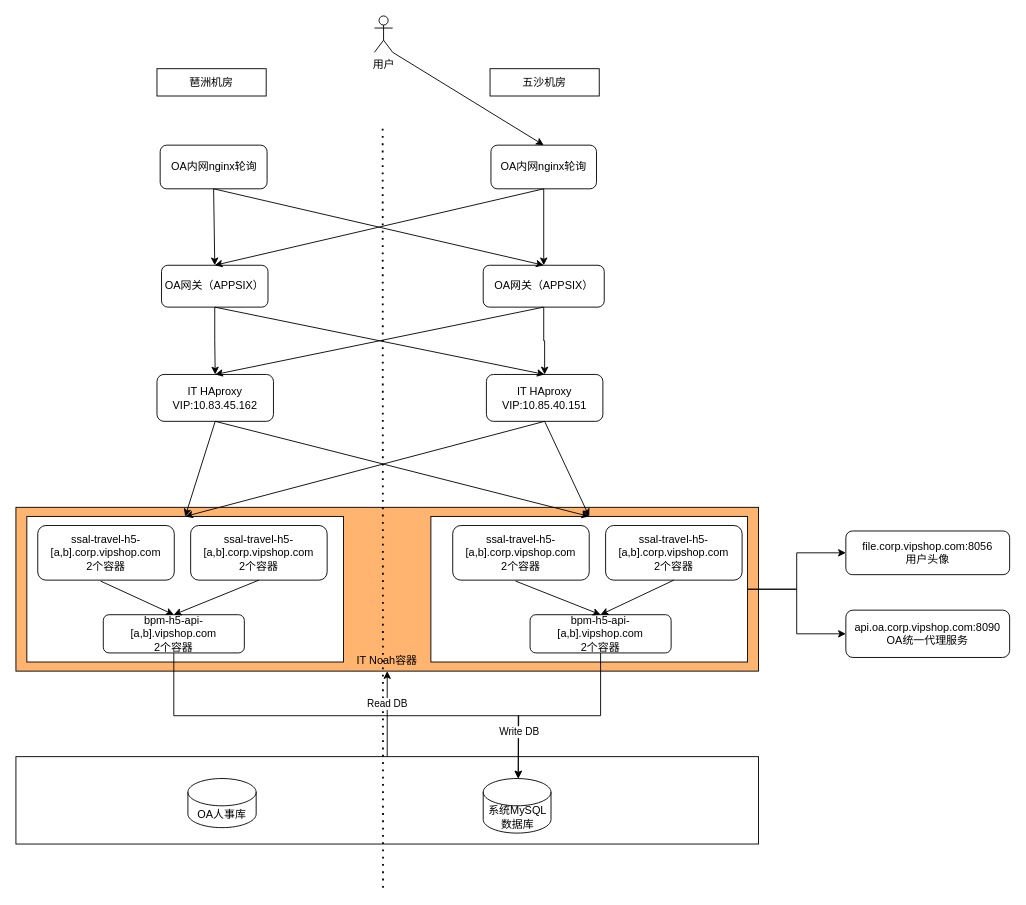
The draw.io diagram 未命名绘图.drawio in CS-Bob/test, before the edit. Source tidied: cells renumbered, new cells numbered last; positions are measured from the earlier drawing's top-left corner, leaving out a move shared by most shapes. Both pictures are drawn from the tidied source at 91%, with x=0, y=0 at pixel (15, 15).
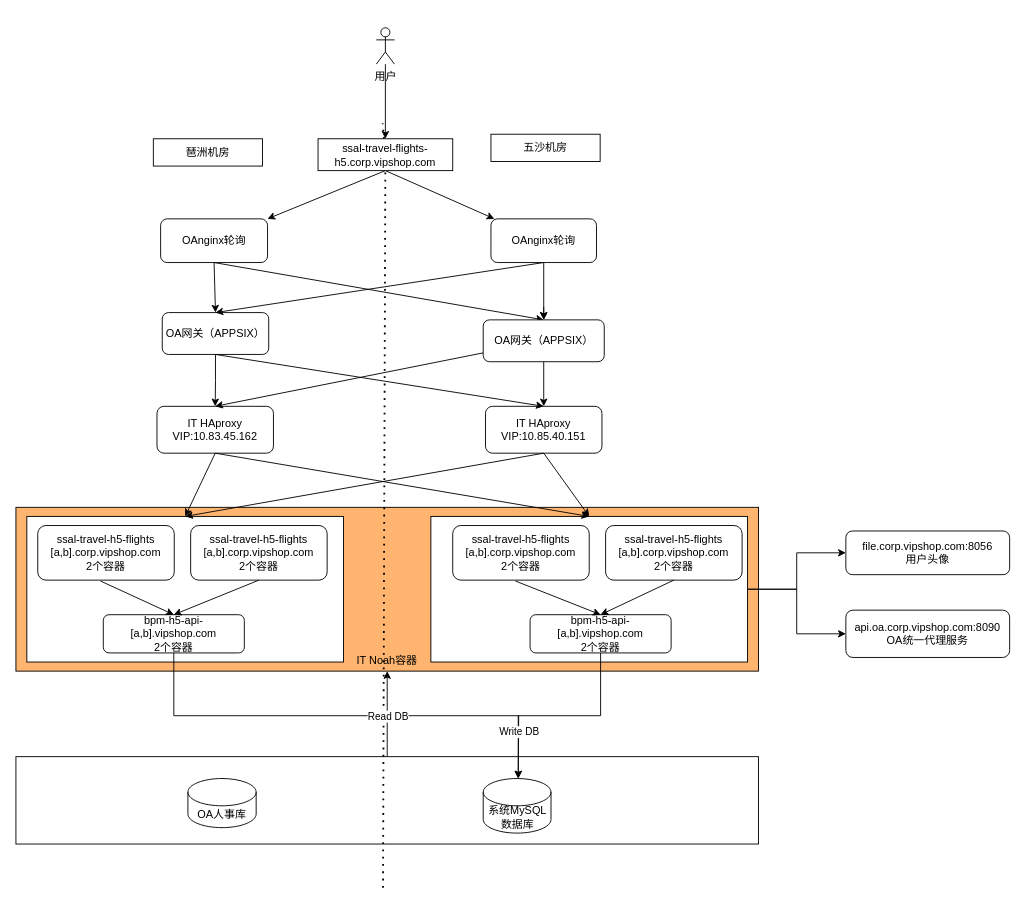
Above is the later version.

Commit message:
杉杉差旅变更.drawio

What changed in the source:
```diff
@@
+    <mxCell id="50" style="edgeStyle=orthogonalEdgeStyle;rounded=0;jettySize=auto;html=1;" parent="1" edge="1" source="4" target="55">
+      <mxGeometry relative="1" as="geometry" />
+    </mxCell>
     <mxCell id="4" value="用户" style="shape=umlActor;verticalLabelPosition=bottom;verticalAlign=top;html=1;outlineConnect=0;" parent="1" vertex="1">
-      <mxGeometry x="394" width="20" height="40" as="geometry" />
+      <mxGeometry x="396" y="13" width="20" height="40" as="geometry" />
     </mxCell>
     <mxCell id="5" value="琶洲机房" style="rounded=0;whiteSpace=wrap;html=1;" parent="1" vertex="1">
-      <mxGeometry x="155" y="58" width="120" height="30" as="geometry" />
+      <mxGeometry x="151" y="135" width="120" height="30" as="geometry" />
     </mxCell>
     <mxCell id="6" value="五沙机房" style="rounded=0;whiteSpace=wrap;html=1;" parent="1" vertex="1">
-      <mxGeometry x="521" y="58" width="120" height="30" as="geometry" />
+      <mxGeometry x="522" y="130" width="120" height="30" as="geometry" />
     </mxCell>
-    <mxCell id="7" value="OA内网nginx轮询" style="rounded=1;whiteSpace=wrap;html=1;" parent="1" vertex="1">
-      <mxGeometry x="158.5" y="142" width="117.5" height="48" as="geometry" />
+    <mxCell id="7" value="OAnginx轮询" style="rounded=1;whiteSpace=wrap;html=1;" parent="1" vertex="1">
+      <mxGeometry x="159" y="223" width="117.5" height="48" as="geometry" />
     </mxCell>
@@
-    <mxCell id="9" value="OA内网nginx轮询" style="rounded=1;whiteSpace=wrap;html=1;" parent="1" vertex="1">
-      <mxGeometry x="522" y="142" width="116" height="48" as="geometry" />
+    <mxCell id="9" value="OAnginx轮询" style="rounded=1;whiteSpace=wrap;html=1;" parent="1" vertex="1">
+      <mxGeometry x="522" y="223" width="116" height="48" as="geometry" />
     </mxCell>
-    <mxCell id="10" style="endArrow=classic;html=1;rounded=0;exitX=1;exitY=1;exitDx=0;exitDy=0;exitPerimeter=0;entryX=0.5;entryY=0;entryDx=0;entryDy=0;" parent="1" edge="1" source="4" target="9">
-      <mxGeometry relative="1" as="geometry" />
-    </mxCell>
@@
     <mxCell id="12" value="OA网关（APPSIX）" style="rounded=1;whiteSpace=wrap;html=1;" parent="1" vertex="1">
-      <mxGeometry x="160" y="274" width="117" height="46" as="geometry" />
+      <mxGeometry x="160.8" y="326" width="117" height="46" as="geometry" />
     </mxCell>
@@
-    <mxCell id="14" value="OA网关（APPSIX）&lt;br&gt;" style="rounded=1;whiteSpace=wrap;html=1;" parent="1" vertex="1">
-      <mxGeometry x="513.5" y="274" width="133" height="46" as="geometry" />
-    </mxCell>
     <mxCell id="15" value="IT HAproxy&lt;br&gt;VIP:10.83.45.162&lt;br&gt;" style="rounded=1;whiteSpace=wrap;html=1;" parent="1" vertex="1">
-      <mxGeometry x="155" y="394" width="128" height="51.5" as="geometry" />
+      <mxGeometry x="155" y="429" width="128" height="51.5" as="geometry" />
     </mxCell>
     <mxCell id="16" value="IT HAproxy&lt;br&gt;VIP:10.85.40.151" style="rounded=1;whiteSpace=wrap;html=1;" parent="1" vertex="1">
-      <mxGeometry x="517" y="394" width="128" height="51.5" as="geometry" />
+      <mxGeometry x="516" y="429" width="128" height="51.5" as="geometry" />
     </mxCell>
@@
-    <mxCell id="22" style="endArrow=none;dashed=1;html=1;dashPattern=1 3;strokeWidth=2;rounded=0;" parent="1" edge="1">
+    <mxCell id="22" style="endArrow=none;dashed=1;html=1;dashPattern=1 3;strokeWidth=2;rounded=0;" parent="1" edge="1" source="55">
       <mxGeometry relative="1" as="geometry">
-        <mxPoint x="403.4" y="958" as="sourcePoint" />
         <mxPoint x="403" y="118" as="targetPoint" />
       </mxGeometry>
     </mxCell>
-    <mxCell id="23" value="Read DB" style="edgeLabel;html=1;align=center;verticalAlign=middle;" parent="22" vertex="1">
-      <mxGeometry x="-0.52" y="-4" relative="1" as="geometry" />
-    </mxCell>
-    <mxCell id="24" style="endArrow=classic;html=1;rounded=0;entryX=0.5;entryY=0;entryDx=0;entryDy=0;" parent="1" edge="1" target="15">
-      <mxGeometry relative="1" as="geometry">
-        <mxPoint x="580" y="320" as="sourcePoint" />
-      </mxGeometry>
+    <mxCell id="24" style="endArrow=classic;html=1;rounded=0;entryX=0.5;entryY=0;entryDx=0;entryDy=0;" parent="1" edge="1" source="14" target="15">
+      <mxGeometry relative="1" as="geometry" />
     </mxCell>
@@
-    <mxCell id="26" value="ssal-travel-h5-[a,b].corp.vipshop.com&lt;br&gt;2个容器" style="rounded=1;whiteSpace=wrap;html=1;" parent="1" vertex="1">
+    <mxCell id="26" value="ssal-travel-h5-flights&lt;br&gt;[a,b].corp.vipshop.com&lt;br&gt;2个容器" style="rounded=1;whiteSpace=wrap;html=1;" parent="1" vertex="1">
       <mxGeometry x="24" y="560" width="150" height="60" as="geometry" />
     </mxCell>
@@
-    <mxCell id="29" value="ssal-travel-h5-[a,b].corp.vipshop.com&lt;br&gt;2个容器" style="rounded=1;whiteSpace=wrap;html=1;" parent="1" vertex="1">
+    <mxCell id="29" value="ssal-travel-h5-flights&lt;br&gt;[a,b].corp.vipshop.com&lt;br&gt;2个容器" style="rounded=1;whiteSpace=wrap;html=1;" parent="1" vertex="1">
       <mxGeometry x="192" y="560" width="150" height="60" as="geometry" />
     </mxCell>
@@
-    <mxCell id="35" value="ssal-travel-h5-[a,b].corp.vipshop.com&lt;br&gt;2个容器" style="rounded=1;whiteSpace=wrap;html=1;" parent="1" vertex="1">
+    <mxCell id="35" value="ssal-travel-h5-flights&lt;br&gt;[a,b].corp.vipshop.com&lt;br&gt;2个容器" style="rounded=1;whiteSpace=wrap;html=1;" parent="1" vertex="1">
       <mxGeometry x="480" y="560" width="150" height="60" as="geometry" />
     </mxCell>
@@
-    <mxCell id="39" value="ssal-travel-h5-[a,b].corp.vipshop.com&lt;br&gt;2个容器" style="rounded=1;whiteSpace=wrap;html=1;" parent="1" vertex="1">
+    <mxCell id="39" value="ssal-travel-h5-flights&lt;br&gt;[a,b].corp.vipshop.com&lt;br&gt;2个容器" style="rounded=1;whiteSpace=wrap;html=1;" parent="1" vertex="1">
       <mxGeometry x="648" y="560" width="150" height="60" as="geometry" />
     </mxCell>
@@
+    <mxCell id="51" style="rounded=0;jettySize=auto;html=1;exitX=0.5;exitY=1;exitDx=0;exitDy=0;" parent="1" edge="1" source="55" target="7">
+      <mxGeometry relative="1" as="geometry" />
+    </mxCell>
+    <mxCell id="52" style="rounded=0;jettySize=auto;html=1;exitX=0.5;exitY=1;exitDx=0;exitDy=0;" parent="1" edge="1" source="55" target="9">
+      <mxGeometry relative="1" as="geometry" />
+    </mxCell>
+    <mxCell id="53" style="endArrow=classic;html=1;rounded=0;entryX=0.5;entryY=0;entryDx=0;entryDy=0;" parent="1" edge="1" target="14">
+      <mxGeometry relative="1" as="geometry">
+        <mxPoint x="580" y="320" as="sourcePoint" />
+      </mxGeometry>
+    </mxCell>
+    <mxCell id="14" value="OA网关（APPSIX）&lt;br&gt;" style="rounded=1;whiteSpace=wrap;html=1;" parent="1" vertex="1">
+      <mxGeometry x="513.5" y="334" width="133" height="46" as="geometry" />
+    </mxCell>
+    <mxCell id="54" style="endArrow=none;dashed=1;html=1;dashPattern=1 3;strokeWidth=2;rounded=0;" parent="1" edge="1" target="55">
+      <mxGeometry relative="1" as="geometry">
+        <mxPoint x="403.4" y="958" as="sourcePoint" />
+      </mxGeometry>
+    </mxCell>
+    <mxCell id="23" value="Read DB" style="edgeLabel;html=1;align=center;verticalAlign=middle;" parent="54" vertex="1">
+      <mxGeometry x="-0.52" y="-4" relative="1" as="geometry" />
+    </mxCell>
+    <mxCell id="55" value="ssal-travel-flights-h5.corp.vipshop.com" style="rounded=0;whiteSpace=wrap;html=1;" parent="1" vertex="1">
+      <mxGeometry x="332" y="135" width="148" height="35" as="geometry" />
+    </mxCell>
```
